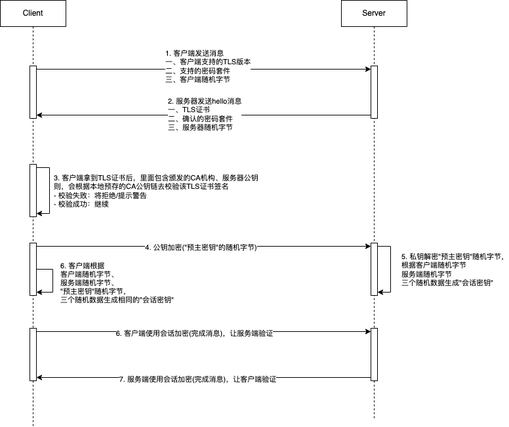
This is TLS协议.drawio.png from JYbill/draw, a draw.io export, as it was before one commit. Source tidied: cells renumbered, new cells last; positions are measured from the earlier drawing's top-left corner, leaving out a move shared by most shapes.
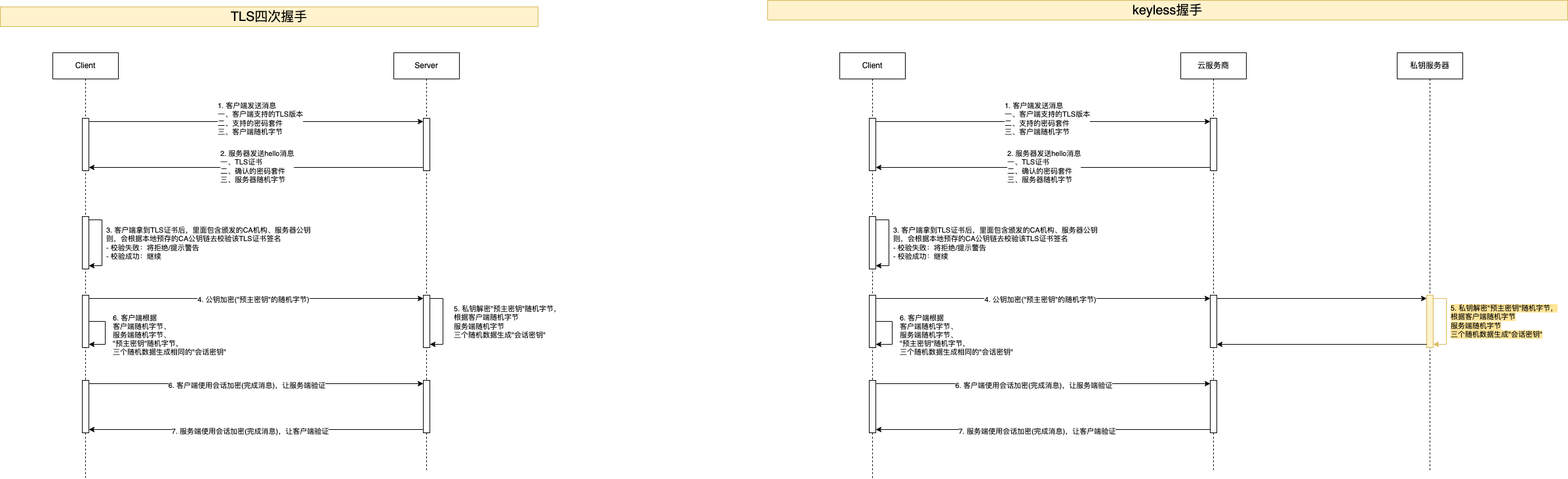
The same file after the commit.

The edit, as a diff of the source:
```diff
@@ -92,5 +92,108 @@
         <mxPoint x="16" as="offset" />
       </mxGeometry>
     </mxCell>
+    <mxCell id="27" value="TLS四次握手" style="rounded=0;whiteSpace=wrap;html=1;fillColor=#fff2cc;strokeColor=#d6b656;fontSize=20;" parent="1" vertex="1">
+      <mxGeometry x="-80" y="-70" width="820" height="30" as="geometry" />
+    </mxCell>
+    <mxCell id="28" value="keyless握手" style="rounded=0;whiteSpace=wrap;html=1;fillColor=#fff2cc;strokeColor=#d6b656;fontSize=20;" parent="1" vertex="1">
+      <mxGeometry x="1090" y="-80" width="1220" height="30" as="geometry" />
+    </mxCell>
+    <mxCell id="29" value="Client" style="shape=umlLifeline;perimeter=lifelinePerimeter;whiteSpace=wrap;html=1;newEdgeStyle={&quot;curved&quot;:0,&quot;rounded&quot;:0};" parent="1" vertex="1">
+      <mxGeometry x="1200" width="100" height="650" as="geometry" />
+    </mxCell>
+    <mxCell id="30" style="html=1;points=[[0,0,0,0,5],[0,1,0,0,-5],[1,0,0,0,5],[1,1,0,0,-5]];perimeter=orthogonalPerimeter;outlineConnect=0;targetShapes=umlLifeline;portConstraint=eastwest;newEdgeStyle={&quot;curved&quot;:0,&quot;rounded&quot;:0};" parent="29" vertex="1">
+      <mxGeometry x="45" y="100" width="10" height="80" as="geometry" />
+    </mxCell>
+    <mxCell id="31" style="html=1;points=[[0,0,0,0,5],[0,1,0,0,-5],[1,0,0,0,5],[1,1,0,0,-5]];perimeter=orthogonalPerimeter;outlineConnect=0;targetShapes=umlLifeline;portConstraint=eastwest;newEdgeStyle={&quot;curved&quot;:0,&quot;rounded&quot;:0};" parent="29" vertex="1">
+      <mxGeometry x="45" y="250" width="10" height="80" as="geometry" />
+    </mxCell>
+    <mxCell id="32" style="edgeStyle=orthogonalEdgeStyle;rounded=0;orthogonalLoop=1;jettySize=auto;html=1;curved=0;exitX=1;exitY=0;exitDx=0;exitDy=5;exitPerimeter=0;entryX=1;entryY=1;entryDx=0;entryDy=-5;entryPerimeter=0;" parent="29" edge="1" source="31" target="31">
+      <mxGeometry relative="1" as="geometry" />
+    </mxCell>
+    <mxCell id="33" value="3. 客户端拿到TLS证书后，里面包含颁发的CA机构、服务器公钥&lt;br&gt;则，会根据本地预存的CA公钥链去校验该TLS证书签名&lt;br&gt;- 校验失败：将拒绝/提示警告&lt;br&gt;- 校验成功：继续" style="edgeLabel;html=1;align=left;verticalAlign=middle;" parent="32" vertex="1">
+      <mxGeometry x="0.04" y="4" relative="1" as="geometry">
+        <mxPoint x="1" y="-2" as="offset" />
+      </mxGeometry>
+    </mxCell>
+    <mxCell id="34" style="html=1;points=[[0,0,0,0,5],[0,1,0,0,-5],[1,0,0,0,5],[1,0.5,0,0,0],[1,1,0,0,-5]];perimeter=orthogonalPerimeter;outlineConnect=0;targetShapes=umlLifeline;portConstraint=eastwest;newEdgeStyle={&quot;curved&quot;:0,&quot;rounded&quot;:0};" parent="29" vertex="1">
+      <mxGeometry x="45" y="370" width="10" height="80" as="geometry" />
+    </mxCell>
+    <mxCell id="35" style="edgeStyle=orthogonalEdgeStyle;rounded=0;orthogonalLoop=1;jettySize=auto;html=1;curved=0;exitX=1;exitY=0.5;exitDx=0;exitDy=0;exitPerimeter=0;entryX=1;entryY=1;entryDx=0;entryDy=-5;entryPerimeter=0;" parent="29" edge="1" source="34" target="34">
+      <mxGeometry relative="1" as="geometry">
+        <Array as="points">
+          <mxPoint x="80" y="410" />
+          <mxPoint x="80" y="445" />
+        </Array>
+      </mxGeometry>
+    </mxCell>
+    <mxCell id="36" value="6. 客户端根据&lt;br&gt;客户端随机字节、&lt;br&gt;服务端随机字节、&lt;br&gt;&quot;预主密钥&quot;随机字节，&lt;br&gt;三个随机数据生成相同的&quot;会话密钥&quot;" style="edgeLabel;html=1;align=left;verticalAlign=middle;" parent="35" vertex="1">
+      <mxGeometry x="0.06" relative="1" as="geometry">
+        <mxPoint x="10" as="offset" />
+      </mxGeometry>
+    </mxCell>
+    <mxCell id="37" style="html=1;points=[[0,0,0,0,5],[0,1,0,0,-5],[1,0,0,0,5],[1,0.5,0,0,0],[1,1,0,0,-5]];perimeter=orthogonalPerimeter;outlineConnect=0;targetShapes=umlLifeline;portConstraint=eastwest;newEdgeStyle={&quot;curved&quot;:0,&quot;rounded&quot;:0};" parent="29" vertex="1">
+      <mxGeometry x="45" y="500" width="10" height="80" as="geometry" />
+    </mxCell>
+    <mxCell id="38" value="云服务商" style="shape=umlLifeline;perimeter=lifelinePerimeter;whiteSpace=wrap;html=1;newEdgeStyle={&quot;curved&quot;:0,&quot;rounded&quot;:0};" parent="1" vertex="1">
+      <mxGeometry x="1720" width="100" height="640" as="geometry" />
+    </mxCell>
+    <mxCell id="39" style="html=1;points=[[0,0,0,0,5],[0,1,0,0,-5],[1,0,0,0,5],[1,1,0,0,-5]];perimeter=orthogonalPerimeter;outlineConnect=0;targetShapes=umlLifeline;portConstraint=eastwest;newEdgeStyle={&quot;curved&quot;:0,&quot;rounded&quot;:0};" parent="38" vertex="1">
+      <mxGeometry x="45" y="100" width="10" height="80" as="geometry" />
+    </mxCell>
+    <mxCell id="40" style="html=1;points=[[0,0,0,0,5],[0,1,0,0,-5],[1,0,0,0,5],[1,1,0,0,-5]];perimeter=orthogonalPerimeter;outlineConnect=0;targetShapes=umlLifeline;portConstraint=eastwest;newEdgeStyle={&quot;curved&quot;:0,&quot;rounded&quot;:0};" parent="38" vertex="1">
+      <mxGeometry x="45" y="370" width="10" height="80" as="geometry" />
+    </mxCell>
+    <mxCell id="41" style="html=1;points=[[0,0,0,0,5],[0,1,0,0,-5],[1,0,0,0,5],[1,0.5,0,0,0],[1,1,0,0,-5]];perimeter=orthogonalPerimeter;outlineConnect=0;targetShapes=umlLifeline;portConstraint=eastwest;newEdgeStyle={&quot;curved&quot;:0,&quot;rounded&quot;:0};" parent="38" vertex="1">
+      <mxGeometry x="45" y="500" width="10" height="80" as="geometry" />
+    </mxCell>
+    <mxCell id="42" style="edgeStyle=orthogonalEdgeStyle;rounded=0;jettySize=auto;html=1;curved=0;exitX=1;exitY=0;exitDx=0;exitDy=5;exitPerimeter=0;entryX=0;entryY=0;entryDx=0;entryDy=5;entryPerimeter=0;" parent="1" edge="1" source="30" target="39">
+      <mxGeometry relative="1" as="geometry" />
+    </mxCell>
+    <mxCell id="43" value="1. 客户端发送消息&lt;div&gt;一、客户端支持的TLS版本&lt;br&gt;二、支持的密码套件&lt;br&gt;三、客户端随机字节&lt;br&gt;&lt;/div&gt;" style="edgeLabel;html=1;align=left;verticalAlign=middle;" parent="42" vertex="1">
+      <mxGeometry x="-0.14" relative="1" as="geometry">
+        <mxPoint x="-24" y="-5" as="offset" />
+      </mxGeometry>
+    </mxCell>
+    <mxCell id="44" style="edgeStyle=orthogonalEdgeStyle;rounded=0;jettySize=auto;html=1;curved=0;exitX=0;exitY=1;exitDx=0;exitDy=-5;exitPerimeter=0;entryX=1;entryY=1;entryDx=0;entryDy=-5;entryPerimeter=0;" parent="1" edge="1" source="39" target="30">
+      <mxGeometry relative="1" as="geometry" />
+    </mxCell>
+    <mxCell id="45" value="2. 服务器发送hello消息&lt;br&gt;一、TLS证书&lt;br&gt;二、确认的密码套件&lt;br&gt;三、服务器随机字节" style="edgeLabel;html=1;align=left;verticalAlign=middle;" parent="44" vertex="1">
+      <mxGeometry x="0.22" y="-2" relative="1" as="geometry" />
+    </mxCell>
+    <mxCell id="46" style="edgeStyle=orthogonalEdgeStyle;rounded=0;jettySize=auto;html=1;curved=0;exitX=1;exitY=0;exitDx=0;exitDy=5;exitPerimeter=0;entryX=0;entryY=0;entryDx=0;entryDy=5;entryPerimeter=0;" parent="1" edge="1" source="34" target="40">
+      <mxGeometry relative="1" as="geometry" />
+    </mxCell>
+    <mxCell id="47" value="4. 公钥加密(&quot;预主密钥&quot;的随机字节)" style="edgeLabel;html=1;align=center;verticalAlign=middle;" parent="46" vertex="1">
+      <mxGeometry x="-0.02" y="-1" relative="1" as="geometry" />
+    </mxCell>
+    <mxCell id="48" style="edgeStyle=orthogonalEdgeStyle;rounded=0;jettySize=auto;html=1;curved=0;exitX=0;exitY=0;exitDx=0;exitDy=5;exitPerimeter=0;entryX=1;entryY=0;entryDx=0;entryDy=5;entryPerimeter=0;startArrow=classic;startFill=1;endArrow=none;endFill=0;" parent="1" edge="1" source="41" target="37">
+      <mxGeometry relative="1" as="geometry" />
+    </mxCell>
+    <mxCell id="49" value="6. 客户端使用会话加密(完成消息)，让服务端验证" style="edgeLabel;html=1;align=center;verticalAlign=middle;" parent="48" vertex="1">
+      <mxGeometry x="0.06" y="2" relative="1" as="geometry" />
+    </mxCell>
+    <mxCell id="50" style="edgeStyle=orthogonalEdgeStyle;rounded=0;jettySize=auto;html=1;curved=0;exitX=0;exitY=1;exitDx=0;exitDy=-5;exitPerimeter=0;entryX=1;entryY=1;entryDx=0;entryDy=-5;entryPerimeter=0;" parent="1" edge="1" source="41" target="37">
+      <mxGeometry relative="1" as="geometry" />
+    </mxCell>
+    <mxCell id="51" value="7. 服务端使用会话加密(完成消息)，让客户端验证" style="edgeLabel;html=1;align=center;verticalAlign=middle;" parent="50" vertex="1">
+      <mxGeometry x="0.1" y="2" relative="1" as="geometry">
+        <mxPoint x="16" as="offset" />
+      </mxGeometry>
+    </mxCell>
+    <mxCell id="52" value="私钥服务器" style="shape=umlLifeline;perimeter=lifelinePerimeter;whiteSpace=wrap;html=1;newEdgeStyle={&quot;curved&quot;:0,&quot;rounded&quot;:0};" parent="1" vertex="1">
+      <mxGeometry x="2050" width="100" height="640" as="geometry" />
+    </mxCell>
+    <mxCell id="53" style="html=1;points=[[0,0,0,0,5],[0,1,0,0,-5],[1,0,0,0,5],[1,1,0,0,-5]];perimeter=orthogonalPerimeter;outlineConnect=0;targetShapes=umlLifeline;portConstraint=eastwest;newEdgeStyle={&quot;curved&quot;:0,&quot;rounded&quot;:0};fillColor=#fff2cc;strokeColor=#d6b656;" parent="52" vertex="1">
+      <mxGeometry x="45" y="370" width="10" height="80" as="geometry" />
+    </mxCell>
+    <mxCell id="54" value="&lt;span style=&quot;background-color: rgb(255, 229, 153);&quot;&gt;&lt;span style=&quot;&quot;&gt;5. 私钥解密&quot;预主密钥&quot;随机字节，&lt;/span&gt;&lt;br style=&quot;&quot;&gt;&lt;span style=&quot;&quot;&gt;根据客户端随机字节&lt;/span&gt;&lt;br style=&quot;&quot;&gt;&lt;span style=&quot;&quot;&gt;服务端随机字节&lt;/span&gt;&lt;br style=&quot;&quot;&gt;&lt;span style=&quot;&quot;&gt;三个随机数据生成&quot;会话密钥&quot;&lt;/span&gt;&lt;/span&gt;" style="edgeStyle=orthogonalEdgeStyle;rounded=0;orthogonalLoop=1;jettySize=auto;html=1;curved=0;exitX=1;exitY=0;exitDx=0;exitDy=5;exitPerimeter=0;entryX=1;entryY=1;entryDx=0;entryDy=-5;entryPerimeter=0;align=left;fillColor=#fff2cc;strokeColor=#d6b656;" parent="52" edge="1" source="53" target="53">
+      <mxGeometry y="5" relative="1" as="geometry" />
+    </mxCell>
+    <mxCell id="55" style="edgeStyle=orthogonalEdgeStyle;rounded=0;jettySize=auto;html=1;curved=0;exitX=1;exitY=0;exitDx=0;exitDy=5;exitPerimeter=0;entryX=0;entryY=0;entryDx=0;entryDy=5;entryPerimeter=0;fontColor=#FFE599;" parent="1" edge="1" source="40" target="53">
+      <mxGeometry relative="1" as="geometry" />
+    </mxCell>
+    <mxCell id="56" style="edgeStyle=orthogonalEdgeStyle;rounded=0;jettySize=auto;html=1;curved=0;exitX=0;exitY=1;exitDx=0;exitDy=-5;exitPerimeter=0;entryX=1;entryY=1;entryDx=0;entryDy=-5;entryPerimeter=0;" parent="1" edge="1" source="53" target="40">
+      <mxGeometry relative="1" as="geometry" />
+    </mxCell>
   </root>
 </mxGraphModel>
```
